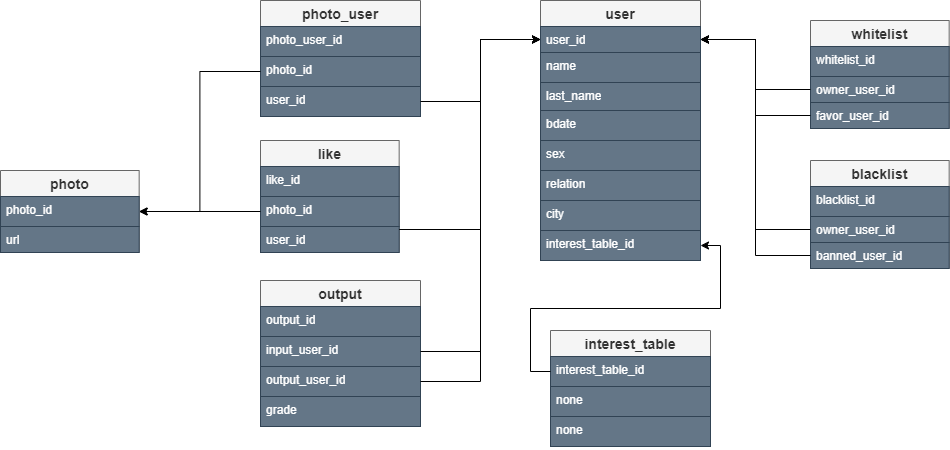
Vector232/Diplom_VKinder keeps this draw.io diagram as DataBase/VKinderDB.png. Above is the earlier version. Source tidied: cells renumbered, new cells last; positions are measured from the earlier drawing's top-left corner, leaving out a move shared by most shapes.
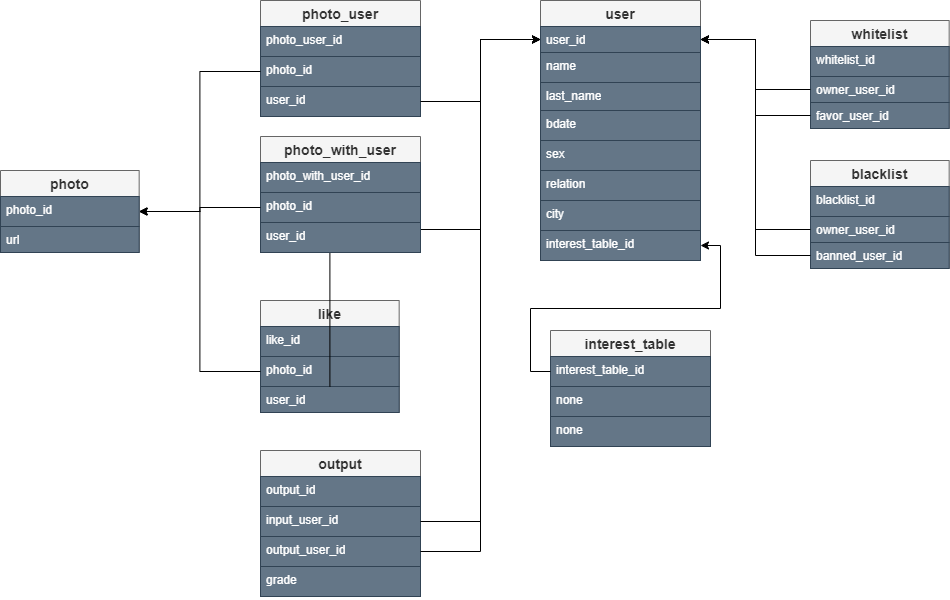
After the change.

The edit, as a diff of the source:
```diff
@@ -69,7 +69,7 @@
       <mxGeometry relative="1" as="geometry" />
     </mxCell>
     <mxCell id="24" value="output" style="swimlane;fontStyle=1;horizontal=1;startSize=26;align=center;fontSize=14;fillColor=#f5f5f5;fontColor=#333333;strokeColor=#666666;" parent="1" vertex="1">
-      <mxGeometry x="260" y="280" width="160" height="146" as="geometry" />
+      <mxGeometry x="260" y="450" width="160" height="146" as="geometry" />
     </mxCell>
     <mxCell id="25" value="output_id" style="text;strokeColor=#314354;fillColor=#647687;spacingLeft=4;spacingRight=4;overflow=hidden;fontSize=12;whiteSpace=wrap;html=1;fontColor=#ffffff;" parent="24" vertex="1">
       <mxGeometry y="26" width="160" height="30" as="geometry" />
@@ -90,7 +90,7 @@
       <mxGeometry relative="1" as="geometry" />
     </mxCell>
     <mxCell id="31" value="like" style="swimlane;fontStyle=1;horizontal=1;startSize=26;align=center;fontSize=14;fillColor=#f5f5f5;fontColor=#333333;strokeColor=#666666;" parent="1" vertex="1">
-      <mxGeometry x="260" y="140" width="138.7" height="112" as="geometry" />
+      <mxGeometry x="260" y="300" width="138.7" height="112" as="geometry" />
     </mxCell>
     <mxCell id="32" value="like_id" style="text;strokeColor=#314354;fillColor=#647687;spacingLeft=4;spacingRight=4;overflow=hidden;fontSize=12;whiteSpace=wrap;html=1;fontColor=#ffffff;" parent="31" vertex="1">
       <mxGeometry y="26" width="138.7" height="30" as="geometry" />
@@ -151,5 +151,20 @@
     <mxCell id="49" style="edgeStyle=orthogonalEdgeStyle;rounded=0;jettySize=auto;html=1;" parent="1" edge="1" source="12" target="10">
       <mxGeometry relative="1" as="geometry" />
     </mxCell>
+    <mxCell id="50" value="photo_with_user" style="swimlane;fontStyle=1;horizontal=1;startSize=26;align=center;fontSize=14;fillColor=#f5f5f5;fontColor=#333333;strokeColor=#666666;" parent="1" vertex="1">
+      <mxGeometry x="260" y="136" width="160" height="116" as="geometry" />
+    </mxCell>
+    <mxCell id="51" value="photo_with_user_id" style="text;strokeColor=#314354;fillColor=#647687;spacingLeft=4;spacingRight=4;overflow=hidden;fontSize=12;whiteSpace=wrap;html=1;fontColor=#ffffff;" parent="50" vertex="1">
+      <mxGeometry y="26" width="160" height="30" as="geometry" />
+    </mxCell>
+    <mxCell id="52" value="photo_id" style="text;strokeColor=#314354;fillColor=#647687;spacingLeft=4;spacingRight=4;overflow=hidden;points=[[0,0.5],[1,0.5]];portConstraint=eastwest;fontSize=12;whiteSpace=wrap;html=1;fontColor=#ffffff;" parent="50" vertex="1">
+      <mxGeometry y="56" width="160" height="30" as="geometry" />
+    </mxCell>
+    <mxCell id="53" value="user_id" style="text;strokeColor=#314354;fillColor=#647687;spacingLeft=4;spacingRight=4;overflow=hidden;fontSize=12;whiteSpace=wrap;html=1;fontColor=#ffffff;" parent="50" vertex="1">
+      <mxGeometry y="86" width="160" height="30" as="geometry" />
+    </mxCell>
+    <mxCell id="54" style="edgeStyle=orthogonalEdgeStyle;rounded=0;jettySize=auto;html=1;" parent="1" edge="1" source="52" target="20">
+      <mxGeometry relative="1" as="geometry" />
+    </mxCell>
   </root>
 </mxGraphModel>
```
